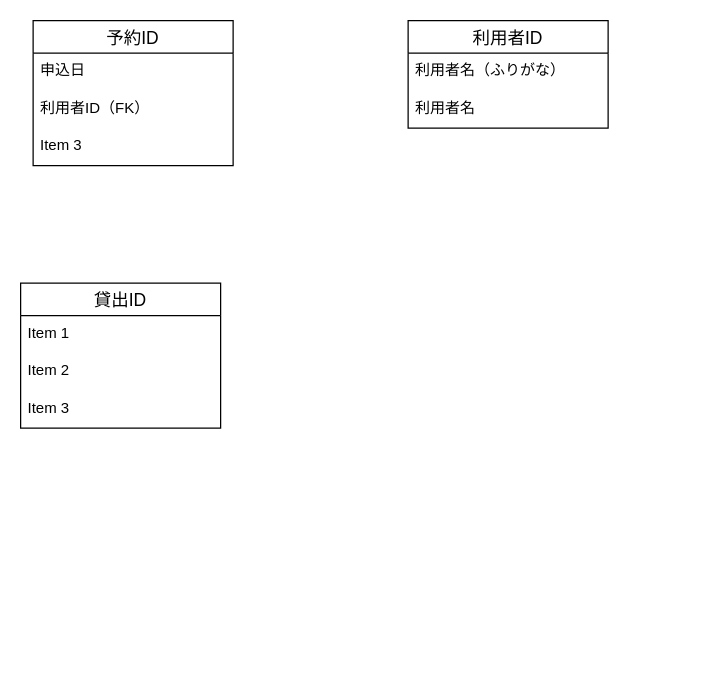
e6i24vi/fjord_practice keeps this draw.io diagram as 名称未設定ファイル.drawio. Above is the earlier version. Source tidied: cells renumbered, new cells numbered last; positions are measured from the earlier drawing's top-left corner, leaving out a move shared by most shapes. Both pictures are drawn from the tidied source at 125%, with x=0, y=0 at pixel (20, 20).
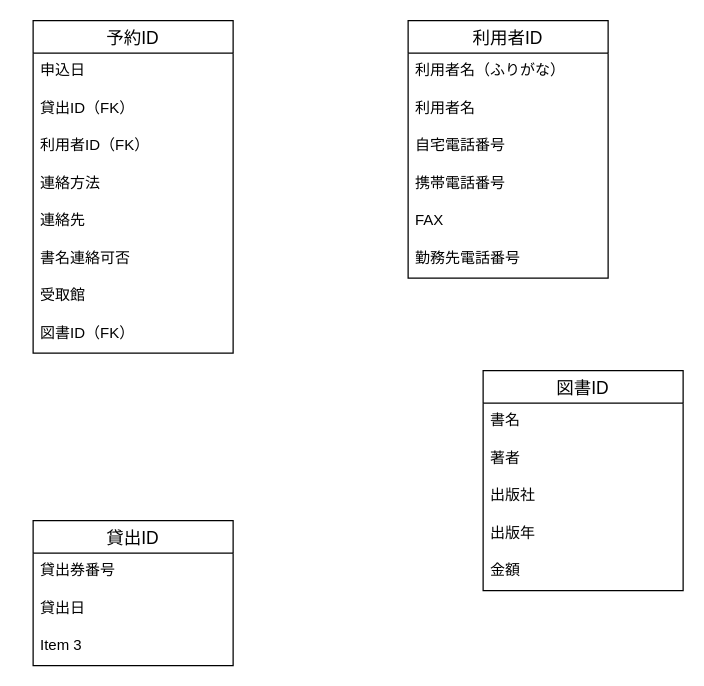
The same page after the edit.

Commit message (it also covers changes not shown here):
名称未設定ファイル.drawio を更新します

Diff of the diagram source:
```diff
@@
     <mxCell id="2" value="予約ID" style="swimlane;fontStyle=0;horizontal=1;startSize=26;align=center;fontSize=14;" parent="1" vertex="1">
-      <mxGeometry x="10" width="160" height="116" as="geometry" />
+      <mxGeometry x="10" width="160" height="266" as="geometry" />
     </mxCell>
@@
+    <mxCell id="13" value="貸出ID（FK）" style="text;strokeColor=none;fillColor=none;spacingLeft=4;spacingRight=4;overflow=hidden;fontSize=12;" parent="2" vertex="1">
+      <mxGeometry y="56" width="160" height="30" as="geometry" />
+    </mxCell>
     <mxCell id="4" value="利用者ID（FK）" style="text;strokeColor=none;fillColor=none;spacingLeft=4;spacingRight=4;overflow=hidden;fontSize=12;" parent="2" vertex="1">
-      <mxGeometry y="56" width="160" height="30" as="geometry" />
+      <mxGeometry y="86" width="160" height="30" as="geometry" />
     </mxCell>
-    <mxCell id="5" value="Item 3" style="text;strokeColor=none;fillColor=none;spacingLeft=4;spacingRight=4;overflow=hidden;fontSize=12;" parent="2" vertex="1">
-      <mxGeometry y="86" width="160" height="30" as="geometry" />
+    <mxCell id="5" value="連絡方法" style="text;strokeColor=none;fillColor=none;spacingLeft=4;spacingRight=4;overflow=hidden;fontSize=12;" parent="2" vertex="1">
+      <mxGeometry y="116" width="160" height="30" as="geometry" />
     </mxCell>
+    <mxCell id="14" value="連絡先" style="text;strokeColor=none;fillColor=none;spacingLeft=4;spacingRight=4;overflow=hidden;fontSize=12;" parent="2" vertex="1">
+      <mxGeometry y="146" width="160" height="30" as="geometry" />
+    </mxCell>
+    <mxCell id="15" value="書名連絡可否" style="text;strokeColor=none;fillColor=none;spacingLeft=4;spacingRight=4;overflow=hidden;fontSize=12;" parent="2" vertex="1">
+      <mxGeometry y="176" width="160" height="30" as="geometry" />
+    </mxCell>
+    <mxCell id="16" value="受取館" style="text;strokeColor=none;fillColor=none;spacingLeft=4;spacingRight=4;overflow=hidden;fontSize=12;" parent="2" vertex="1">
+      <mxGeometry y="206" width="160" height="30" as="geometry" />
+    </mxCell>
+    <mxCell id="17" value="図書ID（FK）" style="text;strokeColor=none;fillColor=none;spacingLeft=4;spacingRight=4;overflow=hidden;fontSize=12;" parent="2" vertex="1">
+      <mxGeometry y="236" width="160" height="30" as="geometry" />
+    </mxCell>
     <mxCell id="6" value="貸出ID" style="swimlane;fontStyle=0;horizontal=1;startSize=26;align=center;fontSize=14;" parent="1" vertex="1">
-      <mxGeometry y="210" width="160" height="116" as="geometry" />
+      <mxGeometry x="10" y="400" width="160" height="116" as="geometry" />
     </mxCell>
-    <mxCell id="7" value="Item 1" style="text;strokeColor=none;fillColor=none;spacingLeft=4;spacingRight=4;overflow=hidden;fontSize=12;" parent="6" vertex="1">
+    <mxCell id="7" value="貸出券番号" style="text;strokeColor=none;fillColor=none;spacingLeft=4;spacingRight=4;overflow=hidden;fontSize=12;" parent="6" vertex="1">
       <mxGeometry y="26" width="160" height="30" as="geometry" />
     </mxCell>
-    <mxCell id="8" value="Item 2" style="text;strokeColor=none;fillColor=none;spacingLeft=4;spacingRight=4;overflow=hidden;fontSize=12;" parent="6" vertex="1">
+    <mxCell id="8" value="貸出日" style="text;strokeColor=none;fillColor=none;spacingLeft=4;spacingRight=4;overflow=hidden;fontSize=12;" parent="6" vertex="1">
       <mxGeometry y="56" width="160" height="30" as="geometry" />
     </mxCell>
@@
     <mxCell id="10" value="利用者ID" style="swimlane;fontStyle=0;horizontal=1;startSize=26;align=center;fontSize=14;" parent="1" vertex="1">
-      <mxGeometry x="310" width="160" height="86" as="geometry" />
+      <mxGeometry x="310" width="160" height="206" as="geometry" />
     </mxCell>
@@
+    <mxCell id="18" value="利用者名" style="text;strokeColor=none;fillColor=none;spacingLeft=4;spacingRight=4;overflow=hidden;fontSize=12;" parent="10" vertex="1">
+      <mxGeometry y="56" width="160" height="30" as="geometry" />
+    </mxCell>
-    <mxCell id="12" value="利用者名" style="text;strokeColor=none;fillColor=none;spacingLeft=4;spacingRight=4;overflow=hidden;fontSize=12;" parent="10" vertex="1">
-      <mxGeometry y="56" width="160" height="30" as="geometry" />
+    <mxCell id="12" value="自宅電話番号" style="text;strokeColor=none;fillColor=none;spacingLeft=4;spacingRight=4;overflow=hidden;fontSize=12;" parent="10" vertex="1">
+      <mxGeometry y="86" width="160" height="30" as="geometry" />
     </mxCell>
+    <mxCell id="19" value="携帯電話番号" style="text;strokeColor=none;fillColor=none;spacingLeft=4;spacingRight=4;overflow=hidden;fontSize=12;" parent="10" vertex="1">
+      <mxGeometry y="116" width="160" height="30" as="geometry" />
+    </mxCell>
+    <mxCell id="20" value="FAX" style="text;strokeColor=none;fillColor=none;spacingLeft=4;spacingRight=4;overflow=hidden;fontSize=12;" parent="10" vertex="1">
+      <mxGeometry y="146" width="160" height="30" as="geometry" />
+    </mxCell>
+    <mxCell id="21" value="勤務先電話番号" style="text;strokeColor=none;fillColor=none;spacingLeft=4;spacingRight=4;overflow=hidden;fontSize=12;" parent="10" vertex="1">
+      <mxGeometry y="176" width="160" height="30" as="geometry" />
+    </mxCell>
+    <mxCell id="22" value="図書ID" style="swimlane;fontStyle=0;horizontal=1;startSize=26;align=center;fontSize=14;" parent="1" vertex="1">
+      <mxGeometry x="370" y="280" width="160" height="176" as="geometry" />
+    </mxCell>
+    <mxCell id="23" value="書名" style="text;strokeColor=none;fillColor=none;spacingLeft=4;spacingRight=4;overflow=hidden;fontSize=12;" parent="22" vertex="1">
+      <mxGeometry y="26" width="160" height="30" as="geometry" />
+    </mxCell>
+    <mxCell id="24" value="著者" style="text;strokeColor=none;fillColor=none;spacingLeft=4;spacingRight=4;overflow=hidden;fontSize=12;" parent="22" vertex="1">
+      <mxGeometry y="56" width="160" height="30" as="geometry" />
+    </mxCell>
+    <mxCell id="25" value="出版社" style="text;strokeColor=none;fillColor=none;spacingLeft=4;spacingRight=4;overflow=hidden;fontSize=12;" parent="22" vertex="1">
+      <mxGeometry y="86" width="160" height="30" as="geometry" />
+    </mxCell>
+    <mxCell id="26" value="出版年" style="text;strokeColor=none;fillColor=none;spacingLeft=4;spacingRight=4;overflow=hidden;fontSize=12;" parent="22" vertex="1">
+      <mxGeometry y="116" width="160" height="30" as="geometry" />
+    </mxCell>
+    <mxCell id="27" value="金額" style="text;strokeColor=none;fillColor=none;spacingLeft=4;spacingRight=4;overflow=hidden;fontSize=12;" parent="22" vertex="1">
+      <mxGeometry y="146" width="160" height="30" as="geometry" />
+    </mxCell>
```
